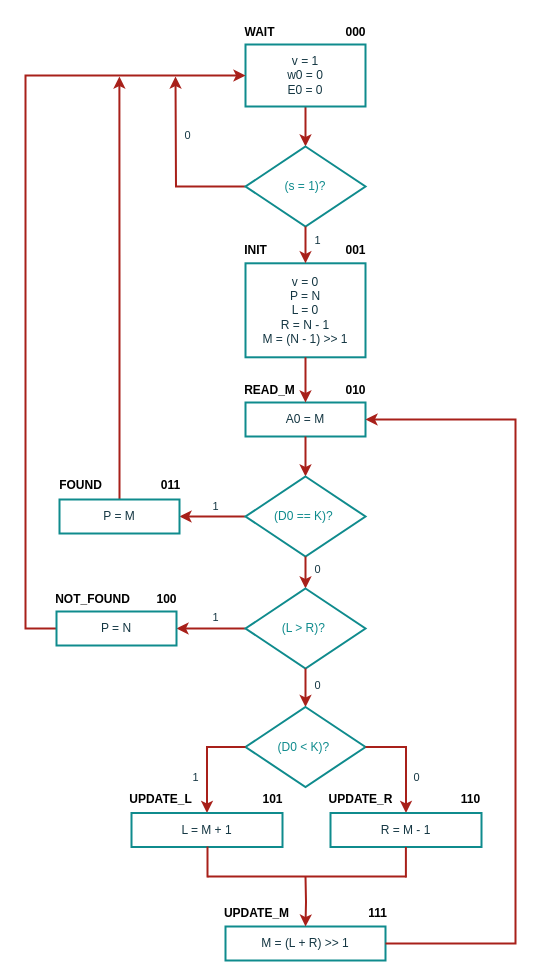
Before: fundamentos_de_computadores/pr1/archivos_pr/20242_PR_2.drawio in HenestrosaDev/uoc-ingenieria-informatica, a draw.io diagram. Source tidied: cells renumbered, new cells numbered last; positions are measured from the earlier drawing's top-left corner, leaving out a move shared by most shapes. Both pictures are drawn from the tidied source at 100%, with x=0, y=0 at pixel (25, 17).
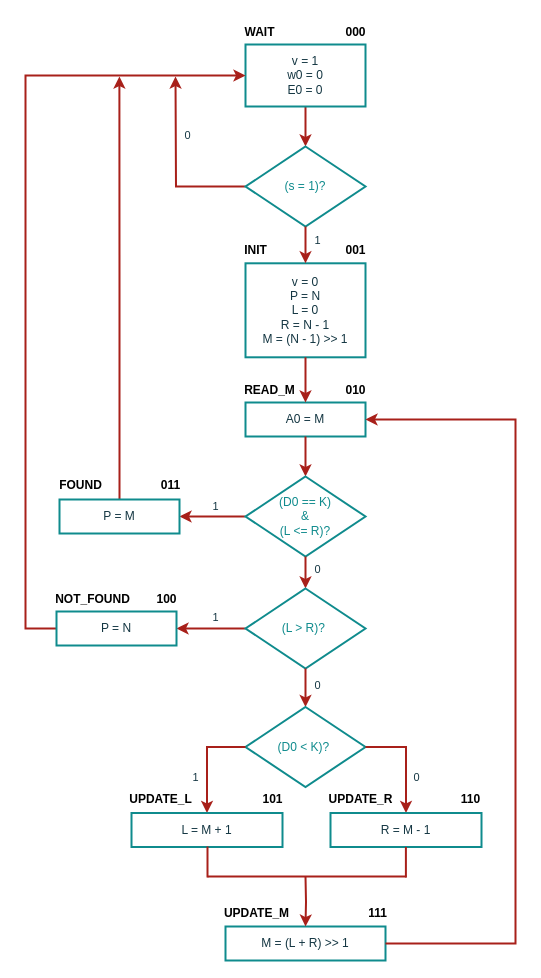
The same page after the edit.

What changed in the source:
```diff
@@
-    <mxCell id="20" value="&lt;font&gt;(D0 == K)?&amp;nbsp;&lt;/font&gt;" style="rhombus;whiteSpace=wrap;html=1;fillColor=none;strokeColor=#0F8B8D;strokeWidth=2;labelBackgroundColor=none;fontColor=#0F8B8D;fontStyle=0;" parent="1" vertex="1">
+    <mxCell id="20" value="&lt;div&gt;&lt;font&gt;(D0 == K)&lt;/font&gt;&lt;/div&gt;&lt;div&gt;&lt;font&gt;&amp;amp;&lt;/font&gt;&lt;/div&gt;&lt;font&gt;&amp;nbsp;(L &amp;lt;= R)?&amp;nbsp;&lt;/font&gt;" style="rhombus;whiteSpace=wrap;html=1;fillColor=none;strokeColor=#0F8B8D;strokeWidth=2;labelBackgroundColor=none;fontColor=#0F8B8D;fontStyle=0;" parent="1" vertex="1">
       <mxGeometry x="220" y="459" width="120" height="80" as="geometry" />
     </mxCell>
```
